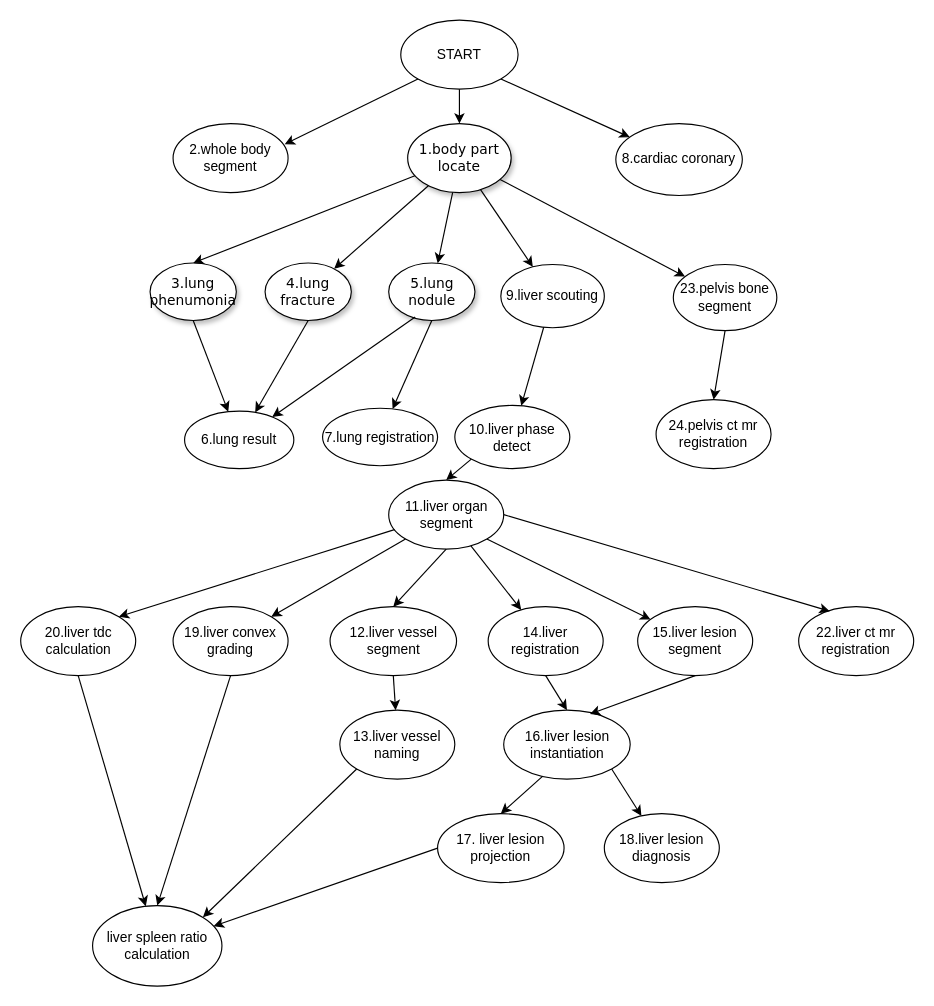
gmlmaomao/mystorage keeps this draw.io diagram as ai_calculation_workflow.drawio. Above is the earlier version. Source tidied: cells renumbered, new cells numbered last; positions are measured from the earlier drawing's top-left corner, leaving out a move shared by most shapes. Both pictures are drawn from the tidied source at 115%, with x=0, y=0 at pixel (21, 20).
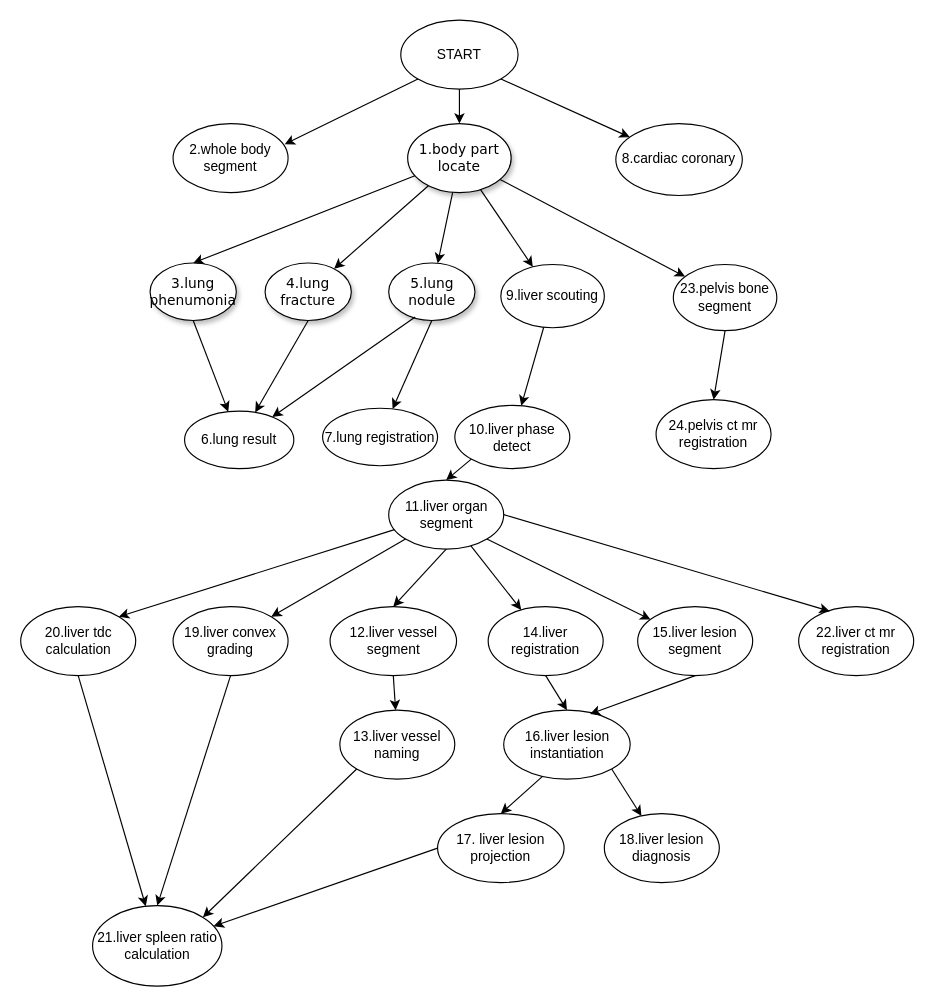
The same diagram, later.

Change to the diagram source:
```diff
@@
-    <mxCell id="52" value="liver spleen ratio calculation" style="ellipse;whiteSpace=wrap;html=1;" parent="1" vertex="1">
+    <mxCell id="52" value="21.liver spleen ratio calculation" style="ellipse;whiteSpace=wrap;html=1;" parent="1" vertex="1">
       <mxGeometry x="62" y="770" width="112.5" height="70" as="geometry" />
     </mxCell>
```
